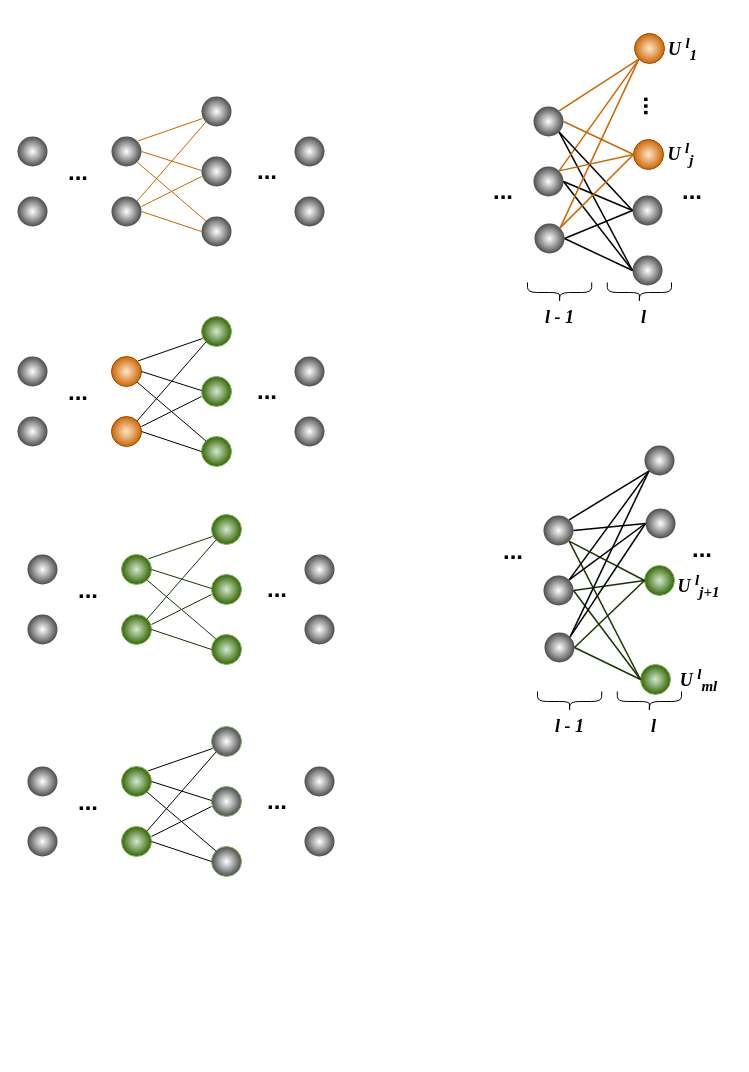
This is Untitled Diagram.drawio from nkhosros/Application-Package, a draw.io file, before an edit. Source tidied: cells renumbered, new cells numbered last; positions are measured from the earlier drawing's top-left corner, leaving out a move shared by most shapes. Both pictures are drawn from the tidied source at 100%, with x=0, y=0 at pixel (17, 33).
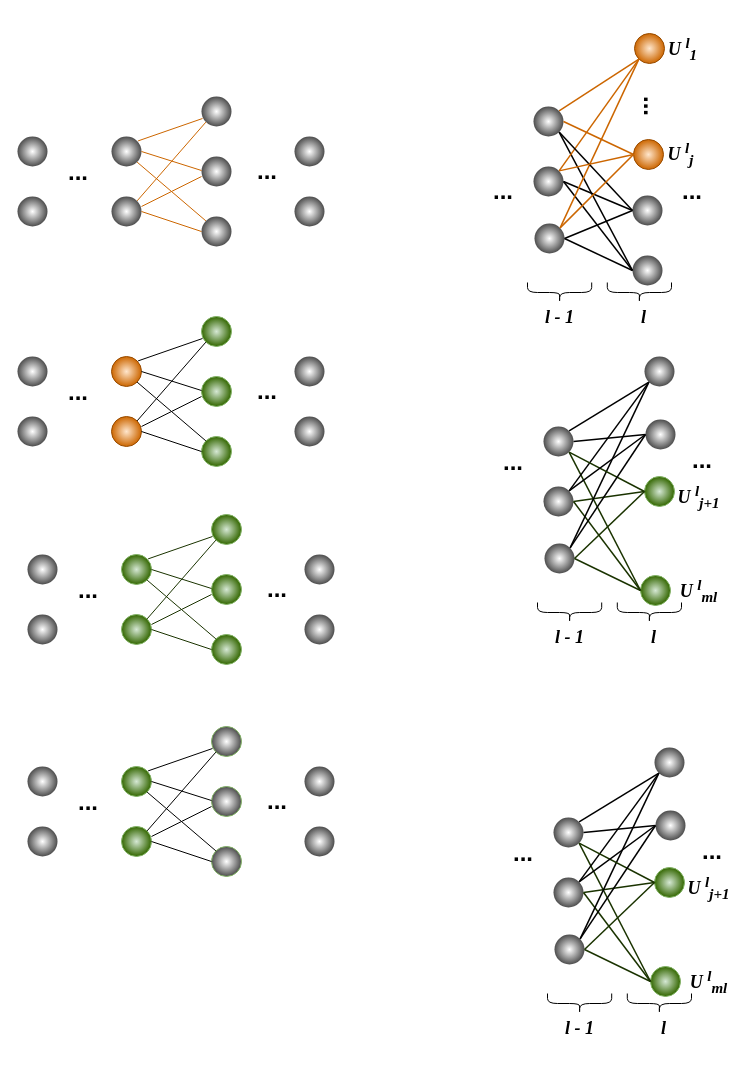
The same diagram, later.

The edit, as a diff of the source:
```diff
@@
     <mxCell id="99" style="ellipse;whiteSpace=wrap;html=1;gradientColor=#336600;fillColor=#d5e8d4;gradientDirection=radial;shadow=0;strokeColor=#82b366;align=center;verticalAlign=middle;fontFamily=Helvetica;fontSize=12;fontColor=default;" parent="1" vertex="1">
-      <mxGeometry x="623" y="631" width="30" height="30" as="geometry" />
+      <mxGeometry x="623" y="542" width="30" height="30" as="geometry" />
     </mxCell>
     <mxCell id="100" style="ellipse;whiteSpace=wrap;html=1;gradientColor=#336600;fillColor=#d5e8d4;gradientDirection=radial;shadow=0;strokeColor=#82b366;align=center;verticalAlign=middle;fontFamily=Helvetica;fontSize=12;fontColor=default;" parent="1" vertex="1">
-      <mxGeometry x="627" y="532" width="30" height="30" as="geometry" />
+      <mxGeometry x="627" y="443" width="30" height="30" as="geometry" />
     </mxCell>
     <mxCell id="101" style="ellipse;whiteSpace=wrap;html=1;gradientColor=#4D4D4D;fillColor=default;gradientDirection=radial;shadow=0;strokeColor=none;align=center;verticalAlign=middle;fontFamily=Helvetica;fontSize=12;fontColor=default;" parent="1" vertex="1">
-      <mxGeometry x="627" y="412" width="30" height="30" as="geometry" />
+      <mxGeometry x="627" y="323" width="30" height="30" as="geometry" />
     </mxCell>
     <mxCell id="102" style="ellipse;whiteSpace=wrap;html=1;gradientColor=#4D4D4D;fillColor=default;gradientDirection=radial;shadow=0;strokeColor=none;" parent="1" vertex="1">
-      <mxGeometry x="526" y="542" width="30" height="30" as="geometry" />
+      <mxGeometry x="526" y="453" width="30" height="30" as="geometry" />
     </mxCell>
     <mxCell id="103" style="ellipse;whiteSpace=wrap;html=1;gradientColor=#4D4D4D;fillColor=default;gradientDirection=radial;shadow=0;strokeColor=none;" parent="1" vertex="1">
-      <mxGeometry x="526" y="482" width="30" height="30" as="geometry" />
+      <mxGeometry x="526" y="393" width="30" height="30" as="geometry" />
     </mxCell>
@@
     <mxCell id="109" value="&lt;font style=&quot;font-size: 24px;&quot;&gt;&lt;b&gt;...&lt;/b&gt;&lt;/font&gt;" style="text;html=1;align=center;verticalAlign=middle;whiteSpace=wrap;rounded=0;" parent="1" vertex="1">
-      <mxGeometry x="665" y="501" width="40" height="30" as="geometry" />
+      <mxGeometry x="665" y="412" width="40" height="30" as="geometry" />
     </mxCell>
     <mxCell id="110" value="&lt;font style=&quot;font-size: 24px;&quot;&gt;&lt;b&gt;...&lt;/b&gt;&lt;/font&gt;" style="text;html=1;align=center;verticalAlign=middle;whiteSpace=wrap;rounded=0;" parent="1" vertex="1">
-      <mxGeometry x="476" y="503" width="40" height="30" as="geometry" />
+      <mxGeometry x="476" y="414" width="40" height="30" as="geometry" />
     </mxCell>
     <mxCell id="111" style="ellipse;whiteSpace=wrap;html=1;gradientColor=#4D4D4D;fillColor=default;gradientDirection=radial;shadow=0;strokeColor=none;" parent="1" vertex="1">
-      <mxGeometry x="527" y="599" width="30" height="30" as="geometry" />
+      <mxGeometry x="527" y="510" width="30" height="30" as="geometry" />
     </mxCell>
     <mxCell id="112" style="ellipse;whiteSpace=wrap;html=1;gradientColor=#4D4D4D;fillColor=default;gradientDirection=radial;shadow=0;strokeColor=none;align=center;verticalAlign=middle;fontFamily=Helvetica;fontSize=12;fontColor=default;" parent="1" vertex="1">
-      <mxGeometry x="628" y="475" width="30" height="30" as="geometry" />
+      <mxGeometry x="628" y="386" width="30" height="30" as="geometry" />
     </mxCell>
@@
     <mxCell id="120" style="group;" parent="1" vertex="1">
-      <mxGeometry x="520" y="658" width="144" height="42" as="geometry" />
+      <mxGeometry x="520" y="569" width="144" height="42" as="geometry" />
     </mxCell>
@@
     <mxCell id="125" value="&lt;h4&gt;&lt;i style=&quot;&quot;&gt;&lt;font style=&quot;font-size: 18px;&quot; face=&quot;Times New Roman&quot;&gt;U&amp;nbsp;&lt;sup&gt;l&lt;/sup&gt;&lt;sub&gt;j+1&lt;/sub&gt;&lt;/font&gt;&lt;/i&gt;&lt;/h4&gt;" style="text;html=1;align=center;verticalAlign=middle;whiteSpace=wrap;rounded=0;" parent="1" vertex="1">
-      <mxGeometry x="664" y="537" width="35" height="30" as="geometry" />
+      <mxGeometry x="664" y="448" width="35" height="30" as="geometry" />
     </mxCell>
     <mxCell id="126" value="&lt;h4&gt;&lt;i style=&quot;&quot;&gt;&lt;font style=&quot;font-size: 18px;&quot; face=&quot;Times New Roman&quot;&gt;U&amp;nbsp;&lt;sup&gt;l&lt;/sup&gt;&lt;sub&gt;ml&lt;/sub&gt;&lt;/font&gt;&lt;/i&gt;&lt;/h4&gt;" style="text;html=1;align=center;verticalAlign=middle;whiteSpace=wrap;rounded=0;" parent="1" vertex="1">
-      <mxGeometry x="664" y="631" width="35" height="30" as="geometry" />
+      <mxGeometry x="664" y="542" width="35" height="30" as="geometry" />
     </mxCell>
+    <mxCell id="127" style="ellipse;whiteSpace=wrap;html=1;gradientColor=#336600;fillColor=#d5e8d4;gradientDirection=radial;shadow=0;strokeColor=#82b366;align=center;verticalAlign=middle;fontFamily=Helvetica;fontSize=12;fontColor=default;" parent="1" vertex="1">
+      <mxGeometry x="633" y="933" width="30" height="30" as="geometry" />
+    </mxCell>
+    <mxCell id="128" style="ellipse;whiteSpace=wrap;html=1;gradientColor=#336600;fillColor=#d5e8d4;gradientDirection=radial;shadow=0;strokeColor=#82b366;align=center;verticalAlign=middle;fontFamily=Helvetica;fontSize=12;fontColor=default;" parent="1" vertex="1">
+      <mxGeometry x="637" y="834" width="30" height="30" as="geometry" />
+    </mxCell>
+    <mxCell id="129" style="ellipse;whiteSpace=wrap;html=1;gradientColor=#4D4D4D;fillColor=default;gradientDirection=radial;shadow=0;strokeColor=none;align=center;verticalAlign=middle;fontFamily=Helvetica;fontSize=12;fontColor=default;" parent="1" vertex="1">
+      <mxGeometry x="637" y="714" width="30" height="30" as="geometry" />
+    </mxCell>
+    <mxCell id="130" style="ellipse;whiteSpace=wrap;html=1;gradientColor=#4D4D4D;fillColor=default;gradientDirection=radial;shadow=0;strokeColor=none;" parent="1" vertex="1">
+      <mxGeometry x="536" y="844" width="30" height="30" as="geometry" />
+    </mxCell>
+    <mxCell id="131" style="ellipse;whiteSpace=wrap;html=1;gradientColor=#4D4D4D;fillColor=default;gradientDirection=radial;shadow=0;strokeColor=none;" parent="1" vertex="1">
+      <mxGeometry x="536" y="784" width="30" height="30" as="geometry" />
+    </mxCell>
+    <mxCell id="132" style="endArrow=none;html=1;rounded=0;exitX=1;exitY=0.5;exitDx=0;exitDy=0;strokeColor=#000000;entryX=0;entryY=0.5;entryDx=0;entryDy=0;strokeWidth=1.5;" parent="1" edge="1" source="131" target="140">
+      <mxGeometry relative="1" as="geometry" />
+    </mxCell>
+    <mxCell id="133" style="endArrow=none;html=1;rounded=0;entryX=0;entryY=0.5;entryDx=0;entryDy=0;exitX=1;exitY=0.5;exitDx=0;exitDy=0;strokeColor=#1A3300;strokeWidth=1.5;align=center;verticalAlign=middle;fontFamily=Helvetica;fontSize=11;fontColor=default;labelBackgroundColor=default;" parent="1" edge="1" source="130" target="128">
+      <mxGeometry relative="1" as="geometry" />
+    </mxCell>
+    <mxCell id="134" style="endArrow=none;html=1;rounded=0;entryX=0;entryY=0.5;entryDx=0;entryDy=0;exitX=1;exitY=0.5;exitDx=0;exitDy=0;strokeColor=#1A3300;strokeWidth=1.5;align=center;verticalAlign=middle;fontFamily=Helvetica;fontSize=11;fontColor=default;labelBackgroundColor=default;" parent="1" edge="1" source="130" target="127">
+      <mxGeometry relative="1" as="geometry" />
+    </mxCell>
+    <mxCell id="135" style="endArrow=none;html=1;rounded=0;entryX=0;entryY=0.5;entryDx=0;entryDy=0;exitX=1;exitY=1;exitDx=0;exitDy=0;strokeColor=#1A3300;strokeWidth=1.5;align=center;verticalAlign=middle;fontFamily=Helvetica;fontSize=11;fontColor=default;labelBackgroundColor=default;" parent="1" edge="1" source="131" target="127">
+      <mxGeometry relative="1" as="geometry" />
+    </mxCell>
+    <mxCell id="136" style="endArrow=none;html=1;rounded=0;entryX=0;entryY=1;entryDx=0;entryDy=0;exitX=1;exitY=0;exitDx=0;exitDy=0;strokeColor=#000000;strokeWidth=1.5;" parent="1" edge="1" source="130" target="129">
+      <mxGeometry relative="1" as="geometry" />
+    </mxCell>
+    <mxCell id="137" value="&lt;font style=&quot;font-size: 24px;&quot;&gt;&lt;b&gt;...&lt;/b&gt;&lt;/font&gt;" style="text;html=1;align=center;verticalAlign=middle;whiteSpace=wrap;rounded=0;" parent="1" vertex="1">
+      <mxGeometry x="675" y="803" width="40" height="30" as="geometry" />
+    </mxCell>
+    <mxCell id="138" value="&lt;font style=&quot;font-size: 24px;&quot;&gt;&lt;b&gt;...&lt;/b&gt;&lt;/font&gt;" style="text;html=1;align=center;verticalAlign=middle;whiteSpace=wrap;rounded=0;" parent="1" vertex="1">
+      <mxGeometry x="486" y="805" width="40" height="30" as="geometry" />
+    </mxCell>
+    <mxCell id="139" style="ellipse;whiteSpace=wrap;html=1;gradientColor=#4D4D4D;fillColor=default;gradientDirection=radial;shadow=0;strokeColor=none;" parent="1" vertex="1">
+      <mxGeometry x="537" y="901" width="30" height="30" as="geometry" />
+    </mxCell>
+    <mxCell id="140" style="ellipse;whiteSpace=wrap;html=1;gradientColor=#4D4D4D;fillColor=default;gradientDirection=radial;shadow=0;strokeColor=none;align=center;verticalAlign=middle;fontFamily=Helvetica;fontSize=12;fontColor=default;" parent="1" vertex="1">
+      <mxGeometry x="638" y="777" width="30" height="30" as="geometry" />
+    </mxCell>
+    <mxCell id="141" style="endArrow=none;html=1;rounded=0;entryX=0;entryY=1;entryDx=0;entryDy=0;exitX=1;exitY=0;exitDx=0;exitDy=0;strokeColor=#000000;strokeWidth=1.5;" parent="1" edge="1" source="139" target="129">
+      <mxGeometry relative="1" as="geometry" />
+    </mxCell>
+    <mxCell id="142" style="endArrow=none;html=1;rounded=0;entryX=0;entryY=1;entryDx=0;entryDy=0;strokeColor=#000000;exitX=1;exitY=0;exitDx=0;exitDy=0;strokeWidth=1.5;" parent="1" edge="1" source="131" target="129">
+      <mxGeometry relative="1" as="geometry" />
+    </mxCell>
+    <mxCell id="143" style="endArrow=none;html=1;rounded=0;strokeColor=#1A3300;entryX=0;entryY=0.5;entryDx=0;entryDy=0;strokeWidth=1.5;exitX=1;exitY=1;exitDx=0;exitDy=0;align=center;verticalAlign=middle;fontFamily=Helvetica;fontSize=11;fontColor=default;labelBackgroundColor=default;" parent="1" edge="1" source="131" target="128">
+      <mxGeometry relative="1" as="geometry" />
+    </mxCell>
+    <mxCell id="144" style="endArrow=none;html=1;rounded=0;exitX=1;exitY=0.5;exitDx=0;exitDy=0;strokeColor=#1A3300;entryX=0;entryY=0.5;entryDx=0;entryDy=0;strokeWidth=1.5;align=center;verticalAlign=middle;fontFamily=Helvetica;fontSize=11;fontColor=default;labelBackgroundColor=default;" parent="1" edge="1" source="139" target="127">
+      <mxGeometry relative="1" as="geometry" />
+    </mxCell>
+    <mxCell id="145" style="endArrow=none;html=1;rounded=0;entryX=0;entryY=0.5;entryDx=0;entryDy=0;strokeColor=#000000;strokeWidth=1.5;exitX=1;exitY=0;exitDx=0;exitDy=0;" parent="1" edge="1" source="130" target="140">
+      <mxGeometry relative="1" as="geometry" />
+    </mxCell>
+    <mxCell id="146" style="endArrow=none;html=1;rounded=0;entryX=0;entryY=0.5;entryDx=0;entryDy=0;exitX=1;exitY=0.5;exitDx=0;exitDy=0;strokeColor=#1A3300;strokeWidth=1.5;align=center;verticalAlign=middle;fontFamily=Helvetica;fontSize=11;fontColor=default;labelBackgroundColor=default;" parent="1" edge="1" source="139" target="128">
+      <mxGeometry relative="1" as="geometry" />
+    </mxCell>
+    <mxCell id="147" style="endArrow=none;html=1;rounded=0;entryX=0;entryY=0.5;entryDx=0;entryDy=0;exitX=1;exitY=0;exitDx=0;exitDy=0;strokeColor=#000000;strokeWidth=1.5;" parent="1" edge="1" source="139" target="140">
+      <mxGeometry relative="1" as="geometry" />
+    </mxCell>
+    <mxCell id="148" style="group;" parent="1" vertex="1">
+      <mxGeometry x="530" y="960" width="144" height="42" as="geometry" />
+    </mxCell>
+    <mxCell id="149" style="shape=curlyBracket;whiteSpace=wrap;html=1;rounded=1;flipH=1;labelPosition=right;verticalLabelPosition=middle;align=left;verticalAlign=middle;direction=north;strokeWidth=1;" parent="148" vertex="1">
+      <mxGeometry x="79.8" width="64.2" height="20" as="geometry" />
+    </mxCell>
+    <mxCell id="150" style="shape=curlyBracket;whiteSpace=wrap;html=1;rounded=1;flipH=1;labelPosition=right;verticalLabelPosition=middle;align=left;verticalAlign=middle;direction=north;strokeWidth=1;" parent="148" vertex="1">
+      <mxGeometry width="64.2" height="20" as="geometry" />
+    </mxCell>
+    <mxCell id="151" value="&lt;h4&gt;&lt;i style=&quot;&quot;&gt;&lt;font style=&quot;font-size: 18px;&quot; face=&quot;Times New Roman&quot;&gt;l - 1&lt;/font&gt;&lt;/i&gt;&lt;/h4&gt;" style="text;html=1;align=center;verticalAlign=middle;whiteSpace=wrap;rounded=0;" parent="148" vertex="1">
+      <mxGeometry x="4.6" y="20" width="55" height="30" as="geometry" />
+    </mxCell>
+    <mxCell id="152" value="&lt;h4&gt;&lt;i style=&quot;&quot;&gt;&lt;font face=&quot;Times New Roman&quot; style=&quot;font-size: 18px;&quot;&gt;l&lt;/font&gt;&lt;/i&gt;&lt;/h4&gt;" style="text;html=1;align=center;verticalAlign=middle;whiteSpace=wrap;rounded=0;fontStyle=1;" parent="148" vertex="1">
+      <mxGeometry x="89" y="20" width="55" height="30" as="geometry" />
+    </mxCell>
+    <mxCell id="153" value="&lt;h4&gt;&lt;i style=&quot;&quot;&gt;&lt;font style=&quot;font-size: 18px;&quot; face=&quot;Times New Roman&quot;&gt;U&amp;nbsp;&lt;sup&gt;l&lt;/sup&gt;&lt;sub&gt;j+1&lt;/sub&gt;&lt;/font&gt;&lt;/i&gt;&lt;/h4&gt;" style="text;html=1;align=center;verticalAlign=middle;whiteSpace=wrap;rounded=0;" parent="1" vertex="1">
+      <mxGeometry x="674" y="839" width="35" height="30" as="geometry" />
+    </mxCell>
+    <mxCell id="154" value="&lt;h4&gt;&lt;i style=&quot;&quot;&gt;&lt;font style=&quot;font-size: 18px;&quot; face=&quot;Times New Roman&quot;&gt;U&amp;nbsp;&lt;sup&gt;l&lt;/sup&gt;&lt;sub&gt;ml&lt;/sub&gt;&lt;/font&gt;&lt;/i&gt;&lt;/h4&gt;" style="text;html=1;align=center;verticalAlign=middle;whiteSpace=wrap;rounded=0;" parent="1" vertex="1">
+      <mxGeometry x="674" y="933" width="35" height="30" as="geometry" />
+    </mxCell>
```
